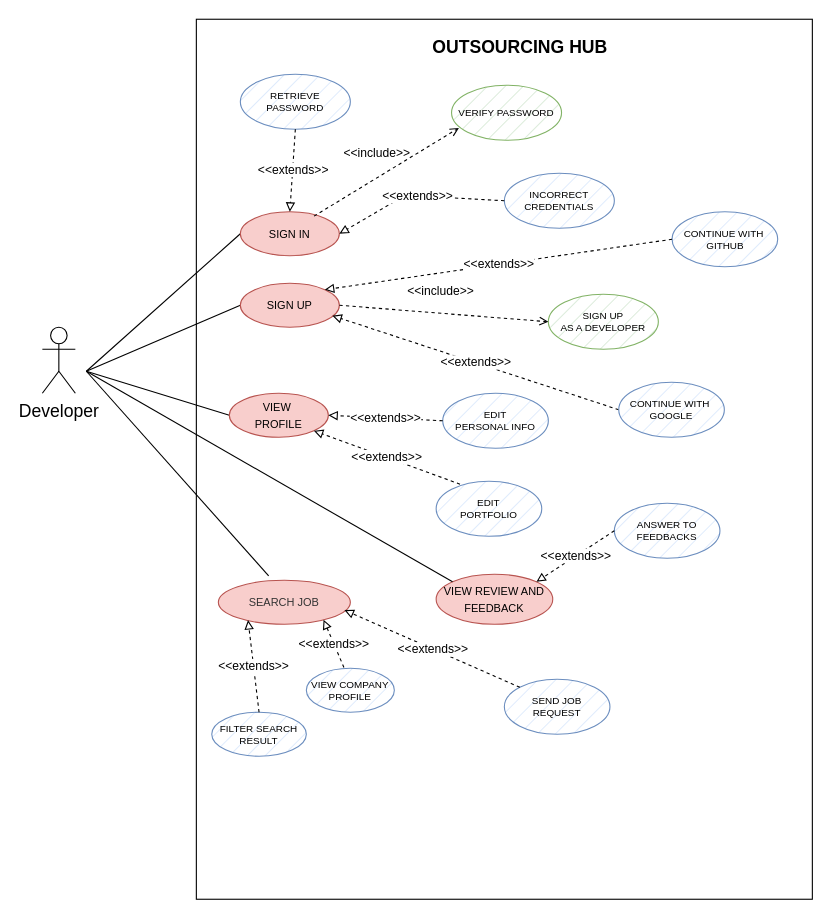
Above: use_cases/use_cases_dev.drawio in mattiadanisi00/ids (draw.io), before the change. Source tidied: cells renumbered, new cells numbered last; positions are measured from the earlier drawing's top-left corner, leaving out a move shared by most shapes. Both pictures are drawn from the tidied source at 110%, with x=0, y=0 at pixel (42, 19).
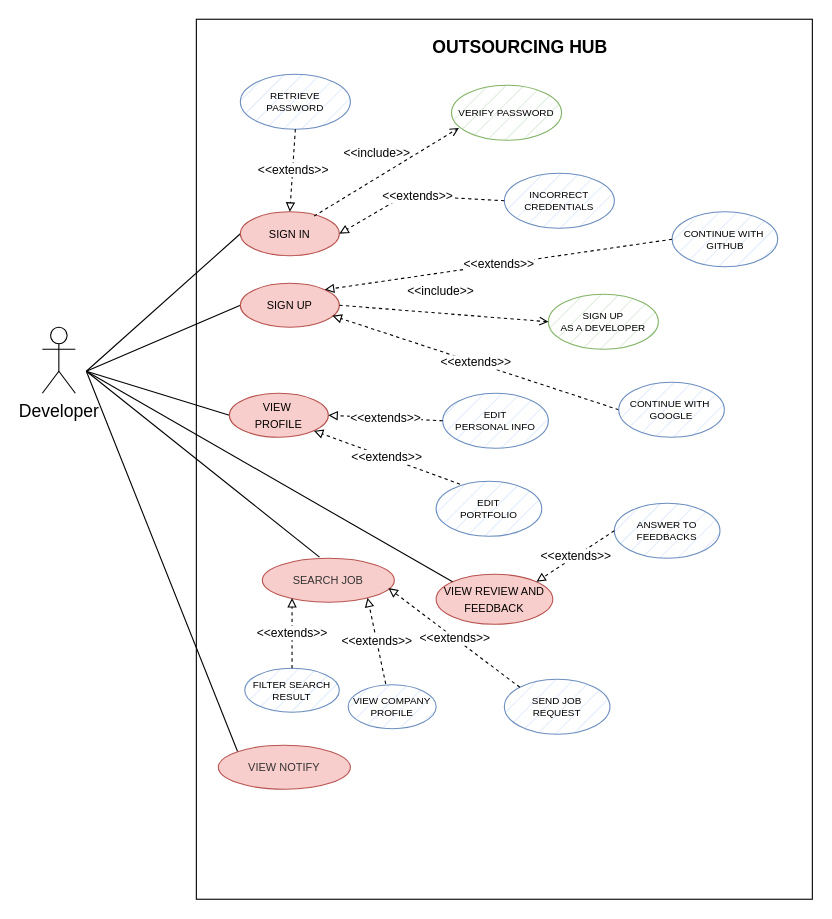
The same diagram, later.

Change to the diagram source:
```diff
@@
     <mxCell id="27" value="&lt;span style=&quot;caret-color: rgb(0, 0, 0); font-family: Helvetica; font-size: x-small; font-style: normal; font-variant-caps: normal; font-weight: 400; letter-spacing: normal; text-align: center; text-indent: 0px; text-transform: none; word-spacing: 0px; -webkit-text-stroke-width: 0px; text-decoration: none; float: none; display: inline !important;&quot;&gt;&lt;font color=&quot;#333333&quot;&gt;SEARCH JOB&lt;/font&gt;&lt;/span&gt;" style="ellipse;whiteSpace=wrap;html=1;fillColor=#f8cecc;strokeColor=#b85450;" parent="1" vertex="1">
-      <mxGeometry x="160" y="510" width="120" height="40" as="geometry" />
+      <mxGeometry x="200" y="490" width="120" height="40" as="geometry" />
     </mxCell>
-    <mxCell id="28" style="edgeStyle=none;rounded=0;jettySize=auto;html=1;strokeColor=default;strokeWidth=1;fontSize=10;startArrow=none;startFill=0;endArrow=none;endFill=0;exitX=0.381;exitY=-0.1;exitDx=0;exitDy=0;exitPerimeter=0;" parent="1" edge="1" source="27">
+    <mxCell id="28" style="edgeStyle=none;rounded=0;jettySize=auto;html=1;strokeColor=default;strokeWidth=1;fontSize=10;startArrow=none;startFill=0;endArrow=none;endFill=0;exitX=0.433;exitY=-0.025;exitDx=0;exitDy=0;exitPerimeter=0;" parent="1" edge="1" source="27">
       <mxGeometry relative="1" as="geometry">
         <mxPoint x="40" y="320" as="targetPoint" />
       </mxGeometry>
     </mxCell>
@@
     <mxCell id="30" value="&lt;font style=&quot;font-size: 9px;&quot;&gt;FILTER SEARCH RESULT&lt;br style=&quot;font-size: 9px;&quot;&gt;&lt;/font&gt;" style="ellipse;whiteSpace=wrap;html=1;fillColor=#dae8fc;strokeColor=#6c8ebf;fontSize=9;strokeWidth=1;fillStyle=hatch;" parent="1" vertex="1">
-      <mxGeometry x="154" y="630" width="86" height="40" as="geometry" />
+      <mxGeometry x="184" y="590" width="86" height="40" as="geometry" />
     </mxCell>
     <mxCell id="31" value="&lt;font style=&quot;font-size: 9px;&quot;&gt;VIEW COMPANY PROFILE&lt;br style=&quot;font-size: 9px;&quot;&gt;&lt;/font&gt;" style="ellipse;whiteSpace=wrap;html=1;fillColor=#dae8fc;strokeColor=#6c8ebf;fontSize=9;strokeWidth=1;fillStyle=hatch;" parent="1" vertex="1">
-      <mxGeometry x="240" y="590" width="80" height="40" as="geometry" />
+      <mxGeometry x="278" y="605" width="80" height="40" as="geometry" />
     </mxCell>
@@
+    <mxCell id="39" style="edgeStyle=none;rounded=0;jettySize=auto;html=1;strokeColor=default;strokeWidth=1;fontSize=10;startArrow=none;startFill=0;endArrow=none;endFill=0;exitX=0;exitY=0;exitDx=0;exitDy=0;" parent="1" edge="1" source="40">
+      <mxGeometry relative="1" as="geometry">
+        <mxPoint x="40" y="320" as="targetPoint" />
+      </mxGeometry>
+    </mxCell>
+    <mxCell id="40" value="&lt;span style=&quot;caret-color: rgb(0, 0, 0); font-family: Helvetica; font-size: x-small; font-style: normal; font-variant-caps: normal; font-weight: 400; letter-spacing: normal; text-align: center; text-indent: 0px; text-transform: none; word-spacing: 0px; -webkit-text-stroke-width: 0px; text-decoration: none; float: none; display: inline !important;&quot;&gt;&lt;font color=&quot;#333333&quot;&gt;VIEW NOTIFY&lt;/font&gt;&lt;/span&gt;" style="ellipse;whiteSpace=wrap;html=1;fillColor=#f8cecc;strokeColor=#b85450;" parent="1" vertex="1">
+      <mxGeometry x="160" y="660" width="120" height="40" as="geometry" />
+    </mxCell>
```
